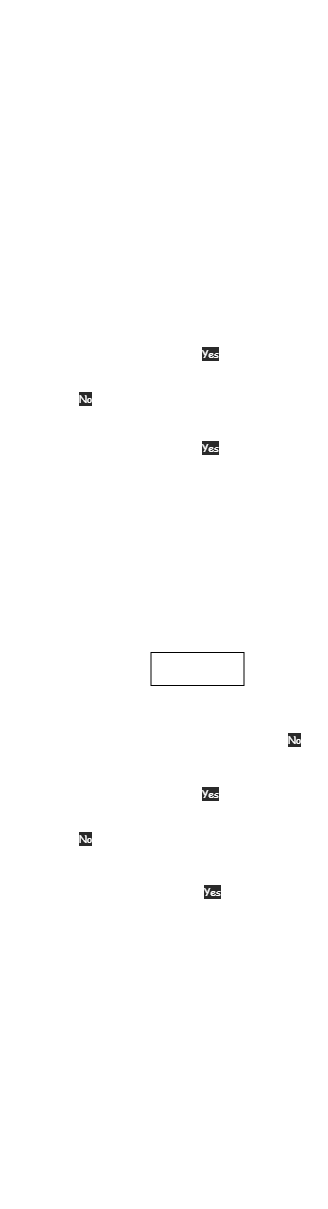
The draw.io diagram FinalWork.drawio.png in nondusty1/FinalWork, before a commit. Source tidied: cells renumbered, new cells last; positions are measured from the earlier drawing's top-left corner, leaving out a move shared by most shapes.
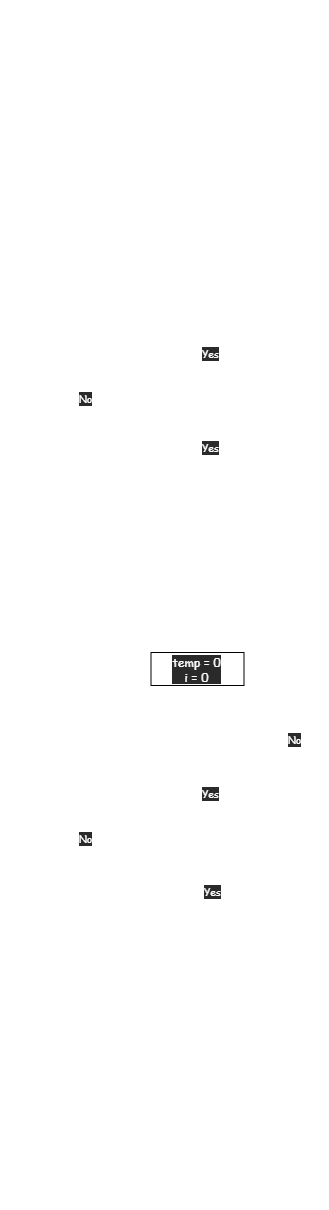
The same file after the commit.

Diff of the diagram source:
```diff
@@ -151,7 +151,7 @@
     <mxCell id="38" value="&lt;font style=&quot;font-size: 18px&quot;&gt;&lt;b&gt;END&lt;/b&gt;&lt;/font&gt;" style="ellipse;whiteSpace=wrap;html=1;strokeColor=#FFFFFF;fontFamily=Comic Sans MS;fontColor=#FFFFFF;labelBackgroundColor=#None;fillColor=none;" parent="1" vertex="1">
       <mxGeometry x="139" y="1148" width="120" height="60" as="geometry" />
     </mxCell>
-    <mxCell id="39" value="&lt;span style=&quot;font-family: &amp;quot;comic sans ms&amp;quot;&quot;&gt;temp = 0&lt;/span&gt;&lt;br style=&quot;font-family: &amp;quot;comic sans ms&amp;quot;&quot;&gt;&lt;span style=&quot;font-family: &amp;quot;comic sans ms&amp;quot;&quot;&gt;i = 0&lt;/span&gt;" style="rounded=0;whiteSpace=wrap;html=1;labelBackgroundColor=none;fontFamily=Comic Sans MS;fontColor=#FFFFFF;fillColor=none;labelBorderColor=none;" parent="1" vertex="1">
+    <mxCell id="39" value="&lt;span style=&quot;font-family: &amp;quot;comic sans ms&amp;quot;&quot;&gt;temp = 0&lt;/span&gt;&lt;br style=&quot;font-family: &amp;quot;comic sans ms&amp;quot;&quot;&gt;&lt;span style=&quot;font-family: &amp;quot;comic sans ms&amp;quot;&quot;&gt;i = 0&lt;/span&gt;" style="rounded=0;whiteSpace=wrap;html=1;labelBackgroundColor=#2A2A2A;fontFamily=Comic Sans MS;fontColor=#FFFFFF;fillColor=none;labelBorderColor=none;" parent="1" vertex="1">
       <mxGeometry x="150.5" y="652" width="93" height="33" as="geometry" />
     </mxCell>
     <mxCell id="40" value="&lt;span style=&quot;color: rgb(255 , 255 , 255) ; font-family: &amp;#34;comic sans ms&amp;#34; ; font-size: 10px ; font-style: normal ; font-weight: 400 ; letter-spacing: normal ; text-align: center ; text-indent: 0px ; text-transform: none ; word-spacing: 0px ; background-color: rgb(42 , 42 , 42) ; display: inline ; float: none&quot;&gt;Yes&lt;/span&gt;" style="text;whiteSpace=wrap;html=1;fontFamily=Comic Sans MS;fontColor=#FFFFFF;" parent="1" vertex="1">
```
